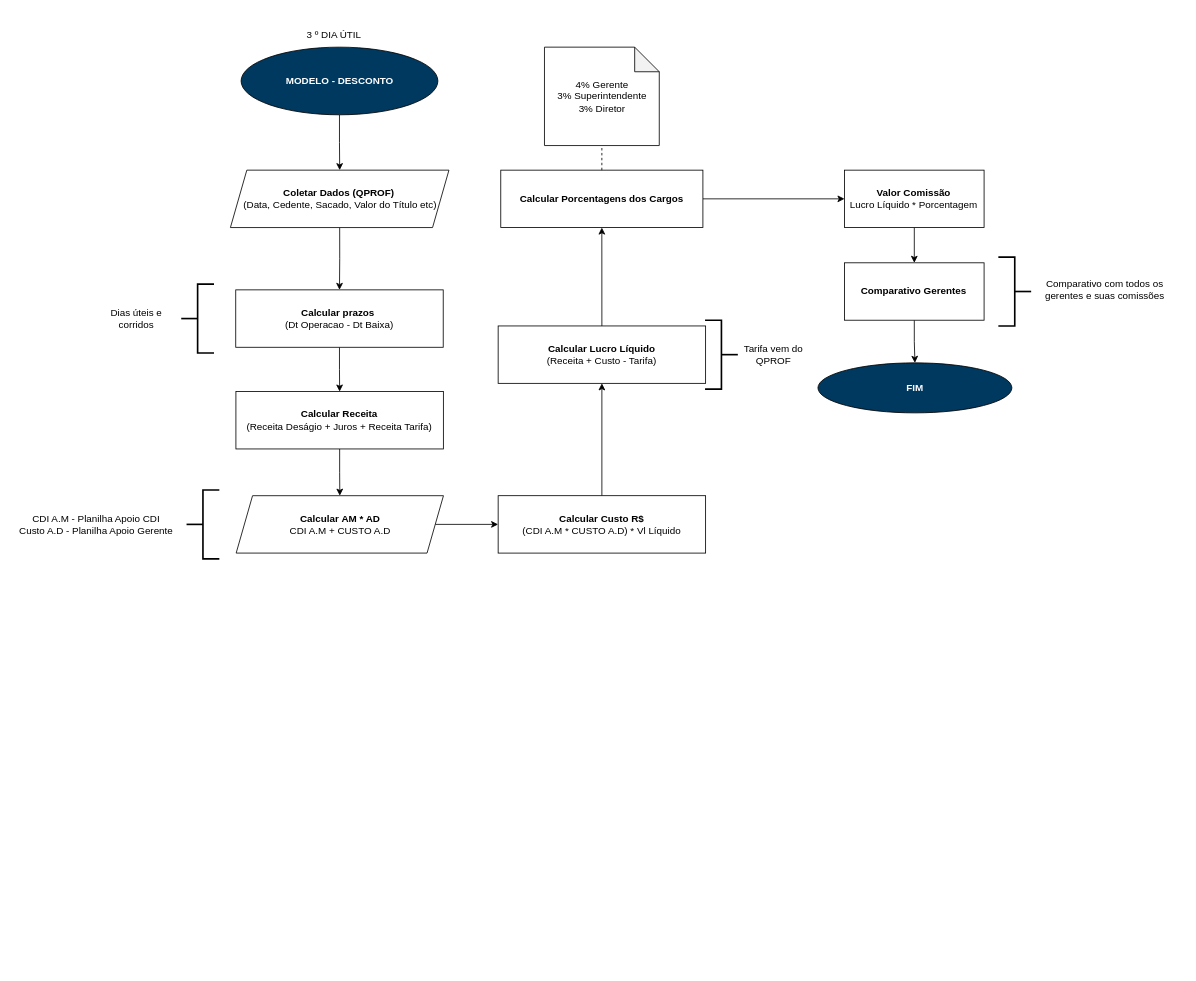
henriquelima0/exercicios-fiap keeps this draw.io diagram as page "Desconto" (1 of 4) of FLUXOGRAMAS.drawio. Above is the earlier version. Source tidied: cells renumbered, new cells numbered last; positions are measured from the earlier drawing's top-left corner, leaving out a move shared by most shapes. Both pictures are drawn from the tidied source at 82%, with x=0, y=0 at pixel (14, 14).
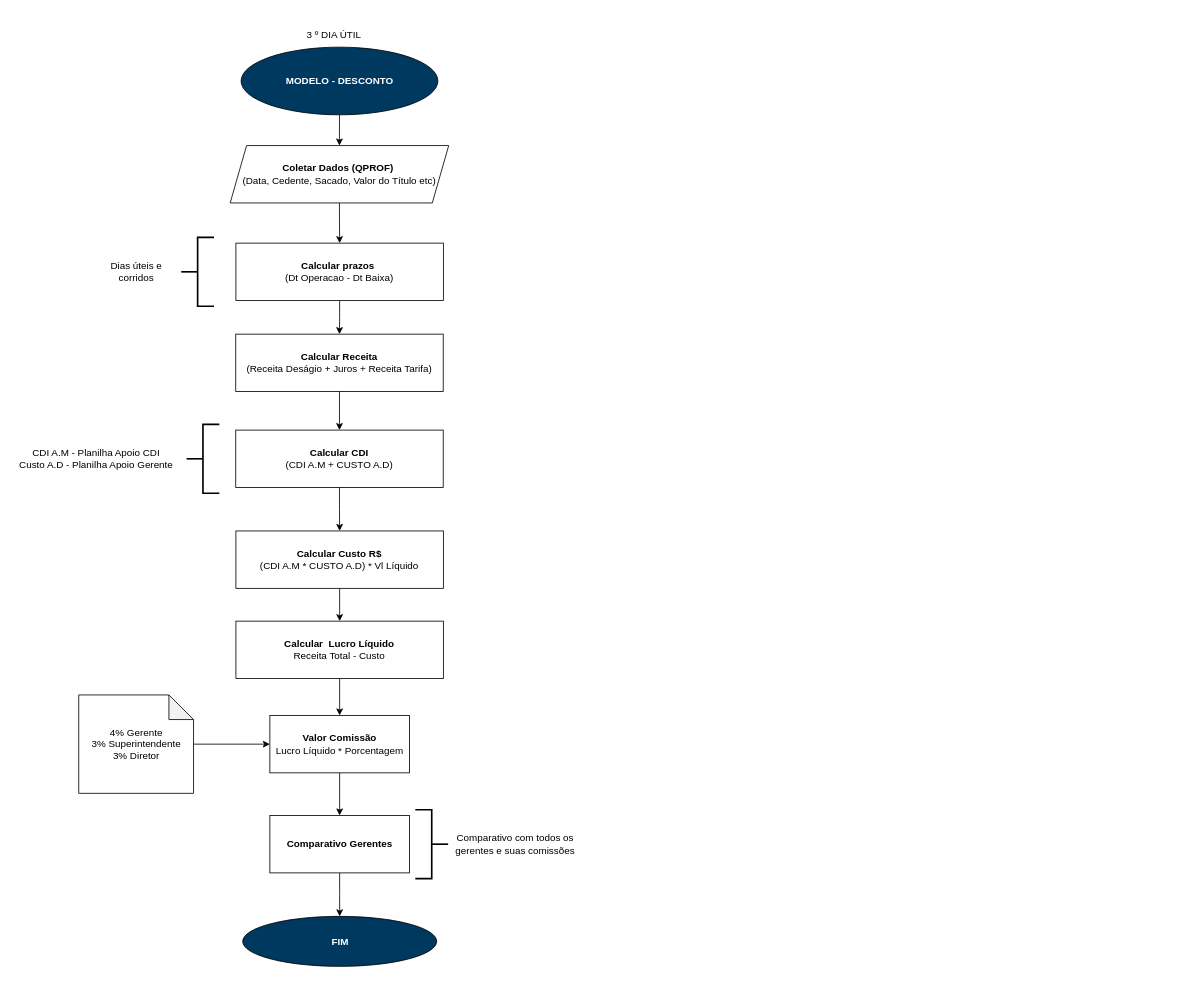
The same diagram, later.

Diff of the diagram source:
```diff
@@
-    <mxCell id="5" style="edgeStyle=orthogonalEdgeStyle;rounded=0;jettySize=auto;html=1;exitX=0.5;exitY=1;exitDx=0;exitDy=0;entryX=0.5;entryY=0;entryDx=0;entryDy=0;" parent="1" edge="1" source="6" target="15">
+    <mxCell id="5" style="edgeStyle=orthogonalEdgeStyle;rounded=0;jettySize=auto;html=1;exitX=0.5;exitY=1;exitDx=0;exitDy=0;entryX=0.5;entryY=0;entryDx=0;entryDy=0;" parent="1" edge="1" source="6" target="39">
       <mxGeometry relative="1" as="geometry" />
     </mxCell>
     <mxCell id="6" value="&lt;b&gt;Calcular Receita&lt;/b&gt;&lt;br&gt;(Receita Deságio + Juros + Receita Tarifa)" style="rounded=0;whiteSpace=wrap;html=1;" parent="1" vertex="1">
-      <mxGeometry x="270.2" y="460" width="253" height="70" as="geometry" />
+      <mxGeometry x="270" y="390" width="253" height="70" as="geometry" />
     </mxCell>
@@
     <mxCell id="8" value="&lt;b&gt;Calcular prazos&amp;nbsp;&lt;/b&gt;&lt;br&gt;(Dt Operacao - Dt Baixa)" style="rounded=0;whiteSpace=wrap;html=1;" parent="1" vertex="1">
-      <mxGeometry x="270" y="336" width="253" height="70" as="geometry" />
+      <mxGeometry x="270.2" y="279" width="253" height="70" as="geometry" />
     </mxCell>
@@
     <mxCell id="11" style="strokeWidth=2;html=1;shape=mxgraph.flowchart.annotation_2;align=left;labelPosition=right;fillColor=#003960;" parent="1" vertex="1">
-      <mxGeometry x="203.5" y="329" width="40" height="84" as="geometry" />
+      <mxGeometry x="203.5" y="272" width="40" height="84" as="geometry" />
     </mxCell>
     <mxCell id="12" value="Dias úteis e corridos" style="text;html=1;align=center;verticalAlign=middle;whiteSpace=wrap;rounded=0;" parent="1" vertex="1">
-      <mxGeometry x="103.5" y="353" width="90" height="36" as="geometry" />
+      <mxGeometry x="103.5" y="296" width="90" height="36" as="geometry" />
     </mxCell>
-    <mxCell id="13" value="CDI A.M - Planilha Apoio CDI&lt;div&gt;Custo A.D - Planilha Apoio Gerente&lt;/div&gt;" style="text;html=1;align=center;verticalAlign=middle;whiteSpace=wrap;rounded=0;" parent="1" vertex="1">
-      <mxGeometry y="604" width="200" height="36" as="geometry" />
-    </mxCell>
-    <mxCell id="14" style="edgeStyle=orthogonalEdgeStyle;rounded=0;jettySize=auto;html=1;exitX=1;exitY=0.5;exitDx=0;exitDy=0;entryX=0;entryY=0.5;entryDx=0;entryDy=0;" parent="1" edge="1" source="15" target="17">
+    <mxCell id="14" style="edgeStyle=orthogonalEdgeStyle;rounded=0;jettySize=auto;html=1;exitX=0.5;exitY=1;exitDx=0;exitDy=0;entryX=0.5;entryY=0;entryDx=0;entryDy=0;" parent="1" edge="1" source="39" target="17">
       <mxGeometry relative="1" as="geometry" />
     </mxCell>
-    <mxCell id="15" value="&lt;b&gt;Calcular&amp;nbsp;&lt;/b&gt;&lt;b&gt;AM * AD&lt;/b&gt;&lt;br&gt;CDI A.M + CUSTO A.D" style="shape=parallelogram;perimeter=parallelogramPerimeter;whiteSpace=wrap;html=1;fixedSize=1;" parent="1" vertex="1">
-      <mxGeometry x="270.5" y="587" width="252.8" height="70" as="geometry" />
-    </mxCell>
-    <mxCell id="16" style="edgeStyle=orthogonalEdgeStyle;rounded=0;jettySize=auto;html=1;exitX=0.5;exitY=0;exitDx=0;exitDy=0;" parent="1" edge="1" source="17" target="20">
+    <mxCell id="16" style="edgeStyle=orthogonalEdgeStyle;rounded=0;jettySize=auto;html=1;" parent="1" edge="1" source="17" target="20">
       <mxGeometry relative="1" as="geometry" />
     </mxCell>
     <mxCell id="17" value="&lt;div&gt;&lt;b&gt;Calcular Custo R$&lt;/b&gt;&lt;br&gt;(CDI A.M * CUSTO A.D) * Vl Líquido&lt;/div&gt;" style="rounded=0;whiteSpace=wrap;html=1;" parent="1" vertex="1">
-      <mxGeometry x="590" y="587" width="253" height="70" as="geometry" />
+      <mxGeometry x="270.2" y="630" width="253" height="70" as="geometry" />
     </mxCell>
@@
     <mxCell id="19" value="&lt;b&gt;Coletar Dados (QPROF)&amp;nbsp;&lt;/b&gt;&lt;div&gt;(Data, Cedente, Sacado, Valor do Título etc)&lt;/div&gt;" style="shape=parallelogram;perimeter=parallelogramPerimeter;whiteSpace=wrap;html=1;fixedSize=1;" parent="1" vertex="1">
-      <mxGeometry x="263.5" y="190" width="266.5" height="70" as="geometry" />
+      <mxGeometry x="263.2" y="160" width="266.5" height="70" as="geometry" />
     </mxCell>
+    <mxCell id="36" style="edgeStyle=orthogonalEdgeStyle;rounded=0;jettySize=auto;html=1;" parent="1" edge="1" source="20" target="28">
+      <mxGeometry relative="1" as="geometry" />
+    </mxCell>
-    <mxCell id="20" value="&lt;b&gt;Calcular&amp;nbsp;&lt;/b&gt;&lt;b&gt;Lucro Líquido&lt;/b&gt;&lt;br&gt;(Receita + Custo - Tarifa)" style="rounded=0;whiteSpace=wrap;html=1;" parent="1" vertex="1">
-      <mxGeometry x="590" y="380" width="253" height="70" as="geometry" />
+    <mxCell id="20" value="&lt;b&gt;Calcular&amp;nbsp;&amp;nbsp;&lt;/b&gt;&lt;b&gt;Lucro Líquido&lt;br&gt;&lt;/b&gt;Receita Total -&amp;nbsp;&lt;span style=&quot;background-color: initial;&quot;&gt;Custo&lt;/span&gt;" style="rounded=0;whiteSpace=wrap;html=1;" parent="1" vertex="1">
+      <mxGeometry x="270.2" y="740" width="253" height="70" as="geometry" />
     </mxCell>
-    <mxCell id="21" style="strokeWidth=2;html=1;shape=mxgraph.flowchart.annotation_2;align=left;labelPosition=right;direction=west;fillColor=#003960;" parent="1" vertex="1">
-      <mxGeometry x="842.3" y="373" width="40" height="84" as="geometry" />
-    </mxCell>
-    <mxCell id="22" value="Tarifa vem do QPROF" style="text;html=1;align=center;verticalAlign=middle;whiteSpace=wrap;rounded=0;" parent="1" vertex="1">
-      <mxGeometry x="882.3" y="397" width="88" height="36" as="geometry" />
-    </mxCell>
-    <mxCell id="23" style="strokeWidth=2;html=1;shape=mxgraph.flowchart.annotation_2;align=left;labelPosition=right;fillColor=#003960;" parent="1" vertex="1">
-      <mxGeometry x="210" y="580" width="40" height="84" as="geometry" />
-    </mxCell>
-    <mxCell id="24" style="edgeStyle=orthogonalEdgeStyle;rounded=0;jettySize=auto;html=1;exitX=0.5;exitY=0;exitDx=0;exitDy=0;entryX=0.5;entryY=1;entryDx=0;entryDy=0;" parent="1" edge="1" source="20" target="26">
-      <mxGeometry relative="1" as="geometry" />
-    </mxCell>
-    <mxCell id="25" style="edgeStyle=orthogonalEdgeStyle;rounded=0;jettySize=auto;html=1;entryX=0;entryY=0.5;entryDx=0;entryDy=0;" parent="1" edge="1" source="26" target="28">
-      <mxGeometry relative="1" as="geometry" />
-    </mxCell>
-    <mxCell id="26" value="&lt;b&gt;Calcular Porcentagens dos Cargos&lt;/b&gt;" style="rounded=0;whiteSpace=wrap;html=1;" parent="1" vertex="1">
-      <mxGeometry x="593.2" y="190" width="246.5" height="70" as="geometry" />
-    </mxCell>
@@
     <mxCell id="28" value="&lt;b&gt;Valor Comissão&lt;br&gt;&lt;/b&gt;Lucro Líquido * Porcentagem" style="rounded=0;whiteSpace=wrap;html=1;" parent="1" vertex="1">
-      <mxGeometry x="1012.4" y="190" width="170.2" height="70" as="geometry" />
+      <mxGeometry x="311.6" y="855" width="170.2" height="70" as="geometry" />
     </mxCell>
     <mxCell id="29" value="&lt;b&gt;&lt;font color=&quot;#ffffff&quot;&gt;FIM&lt;/font&gt;&lt;/b&gt;" style="ellipse;whiteSpace=wrap;html=1;fillColor=#003960;" parent="1" vertex="1">
-      <mxGeometry x="980" y="425" width="236.5" height="61" as="geometry" />
+      <mxGeometry x="278.5" y="1100" width="236.5" height="61" as="geometry" />
     </mxCell>
-    <mxCell id="30" style="edgeStyle=orthogonalEdgeStyle;rounded=0;jettySize=auto;html=1;entryX=0.5;entryY=0;entryDx=0;entryDy=0;" parent="1" edge="1" source="31" target="29">
+    <mxCell id="30" style="edgeStyle=orthogonalEdgeStyle;rounded=0;jettySize=auto;html=1;" parent="1" edge="1" source="31" target="29">
       <mxGeometry relative="1" as="geometry" />
     </mxCell>
+    <mxCell id="37" style="edgeStyle=orthogonalEdgeStyle;rounded=0;jettySize=auto;html=1;" parent="1" edge="1" source="34" target="28">
+      <mxGeometry relative="1" as="geometry" />
+    </mxCell>
+    <mxCell id="34" value="&lt;div&gt;4% Gerente&lt;br&gt;3% Superintendente&lt;/div&gt;3% Diretor" style="shape=note;whiteSpace=wrap;html=1;backgroundOutline=1;darkOpacity=0.05;" parent="1" vertex="1">
+      <mxGeometry x="78.5" y="830" width="140" height="120" as="geometry" />
+    </mxCell>
+    <mxCell id="38" style="group;" parent="1" vertex="1">
+      <mxGeometry y="500" width="523" height="84" as="geometry" />
+    </mxCell>
+    <mxCell id="13" value="CDI A.M - Planilha Apoio CDI&lt;div&gt;Custo A.D - Planilha Apoio Gerente&lt;/div&gt;" style="text;html=1;align=center;verticalAlign=middle;whiteSpace=wrap;rounded=0;" parent="38" vertex="1">
+      <mxGeometry y="24" width="200" height="36" as="geometry" />
+    </mxCell>
+    <mxCell id="23" style="strokeWidth=2;html=1;shape=mxgraph.flowchart.annotation_2;align=left;labelPosition=right;fillColor=#003960;" parent="38" vertex="1">
+      <mxGeometry x="210" width="40" height="84" as="geometry" />
+    </mxCell>
+    <mxCell id="39" value="&lt;b&gt;Calcular CDI&lt;br&gt;&lt;/b&gt;(CDI A.M + CUSTO A.D)" style="rounded=0;whiteSpace=wrap;html=1;" parent="38" vertex="1">
+      <mxGeometry x="270" y="7" width="253" height="70" as="geometry" />
+    </mxCell>
+    <mxCell id="40" style="group;" parent="1" vertex="1">
+      <mxGeometry x="311.6" y="970" width="394.1" height="84" as="geometry" />
+    </mxCell>
-    <mxCell id="31" value="&lt;b&gt;Comparativo Gerentes&lt;/b&gt;" style="rounded=0;whiteSpace=wrap;html=1;" parent="1" vertex="1">
-      <mxGeometry x="1012.4" y="303" width="170.2" height="70" as="geometry" />
+    <mxCell id="31" value="&lt;b&gt;Comparativo Gerentes&lt;/b&gt;" style="rounded=0;whiteSpace=wrap;html=1;" parent="40" vertex="1">
+      <mxGeometry y="7" width="170.2" height="70" as="geometry" />
     </mxCell>
-    <mxCell id="32" style="strokeWidth=2;html=1;shape=mxgraph.flowchart.annotation_2;align=left;labelPosition=right;direction=west;" parent="1" vertex="1">
-      <mxGeometry x="1200" y="296" width="40" height="84" as="geometry" />
+    <mxCell id="32" style="strokeWidth=2;html=1;shape=mxgraph.flowchart.annotation_2;align=left;labelPosition=right;direction=west;rotation=0;" parent="40" vertex="1">
+      <mxGeometry x="177.4" width="40" height="84" as="geometry" />
     </mxCell>
-    <mxCell id="33" value="Comparativo com todos os gerentes e suas comissões" style="text;html=1;align=center;verticalAlign=middle;whiteSpace=wrap;rounded=0;" parent="1" vertex="1">
-      <mxGeometry x="1234.9" y="303" width="190" height="66" as="geometry" />
+    <mxCell id="33" value="Comparativo com todos os gerentes e suas comissões" style="text;html=1;align=center;verticalAlign=middle;whiteSpace=wrap;rounded=0;" parent="40" vertex="1">
+      <mxGeometry x="204.1" y="9" width="190" height="66" as="geometry" />
     </mxCell>
-    <mxCell id="34" value="&lt;div&gt;4% Gerente&lt;br&gt;3% Superintendente&lt;/div&gt;3% Diretor" style="shape=note;whiteSpace=wrap;html=1;backgroundOutline=1;darkOpacity=0.05;" parent="1" vertex="1">
-      <mxGeometry x="646.5" y="40" width="140" height="120" as="geometry" />
-    </mxCell>
-    <mxCell id="35" style="endArrow=none;dashed=1;html=1;rounded=0;entryX=0.5;entryY=1;entryDx=0;entryDy=0;entryPerimeter=0;exitX=0.5;exitY=0;exitDx=0;exitDy=0;" parent="1" edge="1" source="26" target="34">
-      <mxGeometry relative="1" as="geometry" />
-    </mxCell>
```
